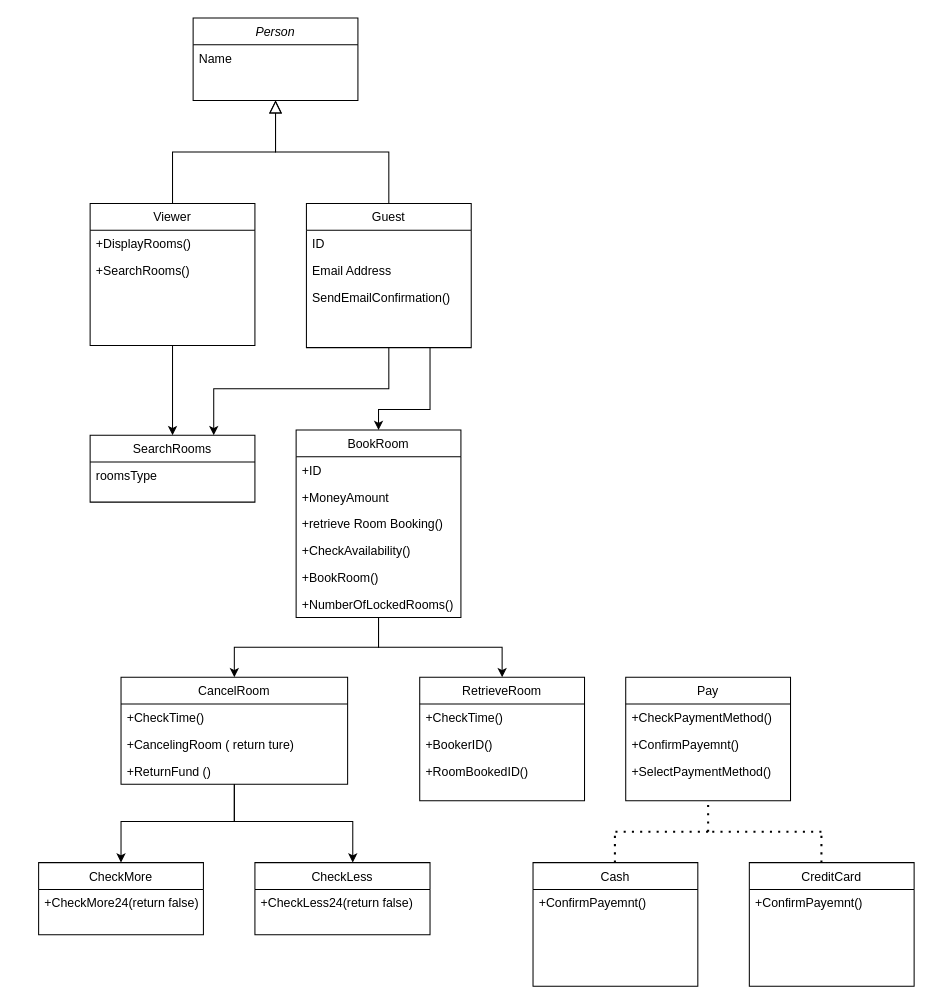
hadeelsala7/Class-Diagram keeps this draw.io diagram as Untitled Diagram.drawio. Above is the earlier version. Source tidied: cells renumbered, new cells numbered last; positions are measured from the earlier drawing's top-left corner, leaving out a move shared by most shapes. Both pictures are drawn from the tidied source at 103%, with x=0, y=0 at pixel (38, 18).
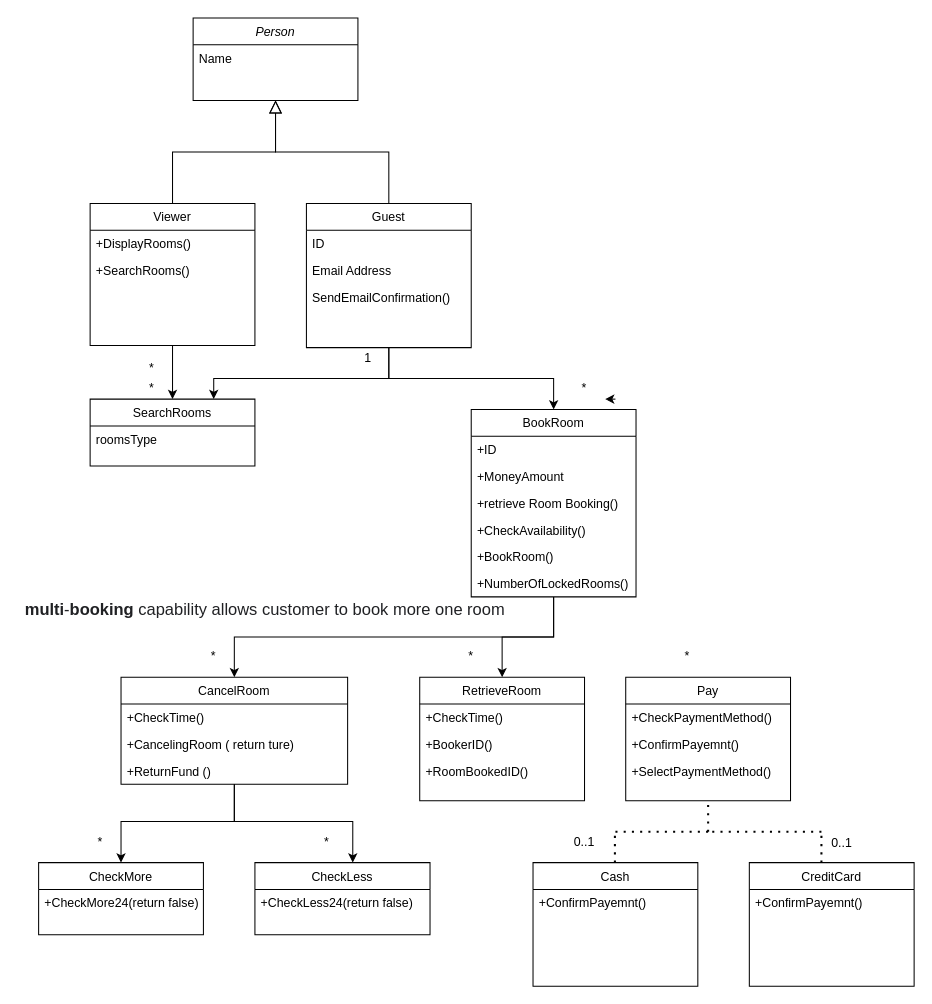
After the change.

Unchanged cells that the change refers to:
```xml
<mxCell id="11" value="Guest" style="swimlane;fontStyle=0;align=center;verticalAlign=top;horizontal=1;startSize=26;rounded=0;shadow=0;strokeWidth=1;" parent="1" vertex="1">
  <mxGeometry x="260" y="180" width="160" height="140" as="geometry" />
</mxCell>
```

Change to the diagram source:
```diff
@@
     <mxCell id="9" style="edgeStyle=orthogonalEdgeStyle;rounded=0;jettySize=auto;html=1;entryX=0.75;entryY=0;entryDx=0;entryDy=0;" parent="1" edge="1" source="11" target="16">
       <mxGeometry relative="1" as="geometry">
         <Array as="points">
-          <mxPoint x="340" y="360" />
-          <mxPoint x="170" y="360" />
+          <mxPoint x="340" y="350" />
+          <mxPoint x="170" y="350" />
         </Array>
       </mxGeometry>
     </mxCell>
-    <mxCell id="10" style="edgeStyle=orthogonalEdgeStyle;rounded=0;jettySize=auto;html=1;" parent="1" edge="1" source="11" target="20">
-      <mxGeometry relative="1" as="geometry">
-        <Array as="points">
-          <mxPoint x="380" y="380" />
-          <mxPoint x="330" y="380" />
-        </Array>
-      </mxGeometry>
+    <mxCell id="10" style="edgeStyle=orthogonalEdgeStyle;rounded=0;jettySize=auto;html=1;exitX=0.5;exitY=1;exitDx=0;exitDy=0;" parent="1" edge="1" source="11" target="20">
+      <mxGeometry relative="1" as="geometry" />
     </mxCell>
@@
     <mxCell id="16" value="SearchRooms" style="swimlane;fontStyle=0;align=center;verticalAlign=top;horizontal=1;startSize=26;rounded=0;shadow=0;strokeWidth=1;" parent="1" vertex="1">
-      <mxGeometry x="50" y="405" width="160" height="65" as="geometry" />
+      <mxGeometry x="50" y="370" width="160" height="65" as="geometry" />
     </mxCell>
@@
     <mxCell id="20" value="BookRoom" style="swimlane;fontStyle=0;align=center;verticalAlign=top;horizontal=1;startSize=26;rounded=0;shadow=0;strokeWidth=1;" parent="1" vertex="1">
-      <mxGeometry x="250" y="400" width="160" height="182" as="geometry" />
+      <mxGeometry x="420" y="380" width="160" height="182" as="geometry" />
     </mxCell>
@@
+    <mxCell id="54" value="1" style="text;html=1;strokeColor=none;fillColor=none;align=center;verticalAlign=middle;whiteSpace=wrap;rounded=0;" parent="1" vertex="1">
+      <mxGeometry x="300" y="320" width="40" height="20" as="geometry" />
+    </mxCell>
+    <mxCell id="55" value="*" style="text;html=1;strokeColor=none;fillColor=none;align=center;verticalAlign=middle;whiteSpace=wrap;rounded=0;" parent="1" vertex="1">
+      <mxGeometry x="150" y="610" width="40" height="20" as="geometry" />
+    </mxCell>
+    <mxCell id="56" value="*" style="text;html=1;strokeColor=none;fillColor=none;align=center;verticalAlign=middle;whiteSpace=wrap;rounded=0;" parent="1" vertex="1">
+      <mxGeometry x="90" y="350" width="40" height="20" as="geometry" />
+    </mxCell>
+    <mxCell id="57" value="*" style="text;html=1;strokeColor=none;fillColor=none;align=center;verticalAlign=middle;whiteSpace=wrap;rounded=0;" parent="1" vertex="1">
+      <mxGeometry x="90" y="330" width="40" height="20" as="geometry" />
+    </mxCell>
+    <mxCell id="58" style="edgeStyle=orthogonalEdgeStyle;rounded=0;orthogonalLoop=1;jettySize=auto;html=1;exitX=0.75;exitY=0;exitDx=0;exitDy=0;entryX=0.5;entryY=0;entryDx=0;entryDy=0;" parent="1" edge="1">
+      <mxGeometry relative="1" as="geometry">
+        <mxPoint x="560" y="370" as="sourcePoint" />
+        <mxPoint x="550" y="370" as="targetPoint" />
+      </mxGeometry>
+    </mxCell>
+    <mxCell id="59" value="*" style="text;html=1;strokeColor=none;fillColor=none;align=center;verticalAlign=middle;whiteSpace=wrap;rounded=0;" parent="1" vertex="1">
+      <mxGeometry x="510" y="350" width="40" height="20" as="geometry" />
+    </mxCell>
+    <mxCell id="60" value="*" style="text;html=1;strokeColor=none;fillColor=none;align=center;verticalAlign=middle;whiteSpace=wrap;rounded=0;" parent="1" vertex="1">
+      <mxGeometry x="400" y="610" width="40" height="20" as="geometry" />
+    </mxCell>
+    <mxCell id="61" value="*" style="text;html=1;strokeColor=none;fillColor=none;align=center;verticalAlign=middle;whiteSpace=wrap;rounded=0;" parent="1" vertex="1">
+      <mxGeometry x="610" y="610" width="40" height="20" as="geometry" />
+    </mxCell>
+    <mxCell id="62" value="&lt;br&gt;&lt;br&gt;&lt;b style=&quot;color: rgb(32 , 33 , 36) ; font-family: &amp;#34;noto naskh arabic ui&amp;#34; , &amp;#34;arial&amp;#34; , sans-serif ; font-size: 16px ; font-style: normal ; letter-spacing: normal ; text-align: right ; text-indent: 0px ; text-transform: none ; word-spacing: 0px ; background-color: rgb(255 , 255 , 255)&quot;&gt;multi&lt;/b&gt;&lt;span style=&quot;color: rgb(32 , 33 , 36) ; font-family: &amp;#34;noto naskh arabic ui&amp;#34; , &amp;#34;arial&amp;#34; , sans-serif ; font-size: 16px ; font-style: normal ; font-weight: 400 ; letter-spacing: normal ; text-align: right ; text-indent: 0px ; text-transform: none ; word-spacing: 0px ; background-color: rgb(255 , 255 , 255) ; display: inline ; float: none&quot;&gt;-&lt;/span&gt;&lt;b style=&quot;color: rgb(32 , 33 , 36) ; font-family: &amp;#34;noto naskh arabic ui&amp;#34; , &amp;#34;arial&amp;#34; , sans-serif ; font-size: 16px ; font-style: normal ; letter-spacing: normal ; text-align: right ; text-indent: 0px ; text-transform: none ; word-spacing: 0px ; background-color: rgb(255 , 255 , 255)&quot;&gt;booking&lt;/b&gt;&lt;span style=&quot;color: rgb(32 , 33 , 36) ; font-family: &amp;#34;noto naskh arabic ui&amp;#34; , &amp;#34;arial&amp;#34; , sans-serif ; font-size: 16px ; font-style: normal ; font-weight: 400 ; letter-spacing: normal ; text-align: right ; text-indent: 0px ; text-transform: none ; word-spacing: 0px ; background-color: rgb(255 , 255 , 255) ; display: inline ; float: none&quot;&gt;&lt;span&gt;&amp;nbsp;&lt;/span&gt;capability allows customer to book more one room&lt;/span&gt;" style="text;html=1;strokeColor=none;fillColor=none;align=center;verticalAlign=middle;whiteSpace=wrap;rounded=0;" parent="1" vertex="1">
+      <mxGeometry x="-20" y="530" width="480" height="60" as="geometry" />
+    </mxCell>
+    <mxCell id="63" value="*" style="text;html=1;strokeColor=none;fillColor=none;align=center;verticalAlign=middle;whiteSpace=wrap;rounded=0;" parent="1" vertex="1">
+      <mxGeometry x="260" y="790" width="40" height="20" as="geometry" />
+    </mxCell>
+    <mxCell id="64" value="*" style="text;html=1;strokeColor=none;fillColor=none;align=center;verticalAlign=middle;whiteSpace=wrap;rounded=0;" parent="1" vertex="1">
+      <mxGeometry x="40" y="790" width="40" height="20" as="geometry" />
+    </mxCell>
+    <mxCell id="65" value="0..1" style="text;html=1;strokeColor=none;fillColor=none;align=center;verticalAlign=middle;whiteSpace=wrap;rounded=0;" parent="1" vertex="1">
+      <mxGeometry x="510" y="790" width="40" height="20" as="geometry" />
+    </mxCell>
+    <mxCell id="66" value="0..1" style="text;html=1;strokeColor=none;fillColor=none;align=center;verticalAlign=middle;whiteSpace=wrap;rounded=0;" parent="1" vertex="1">
+      <mxGeometry x="760" y="800" width="40" as="geometry" />
+    </mxCell>
```
